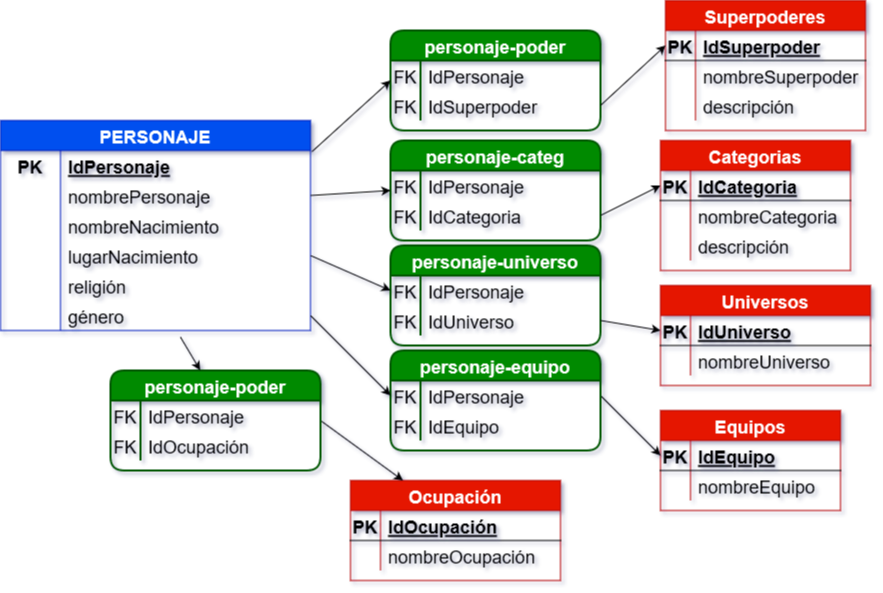
The draw.io diagram Marvel Characters.png in OASdL/Base-de-datos-MARVEL, before a commit. Source tidied: cells renumbered, new cells last; positions are measured from the earlier drawing's top-left corner, leaving out a move shared by most shapes.
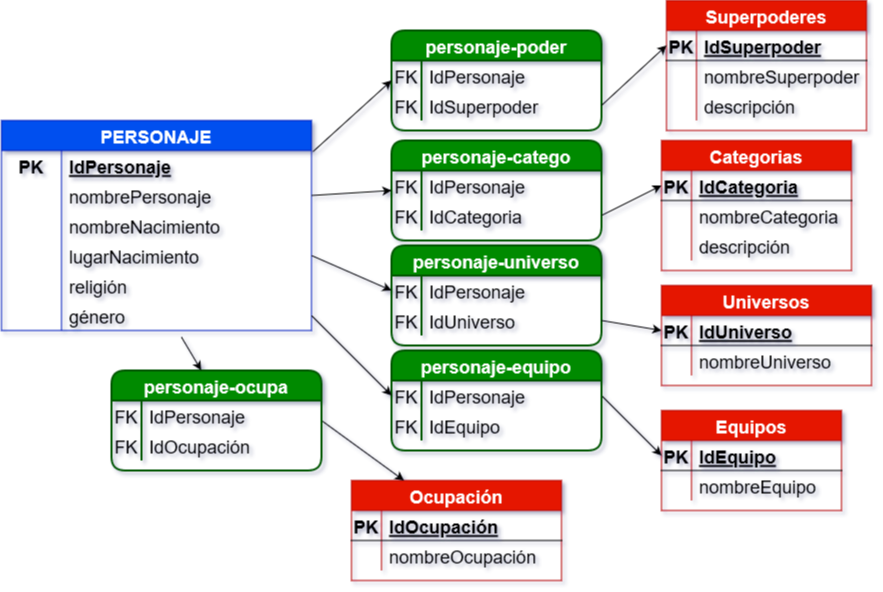
Later version of the same file.

Commit message:
Base de datos relacional (Y corrección del Diagrama entidad-relacion)

What changed in the source:
```diff
@@ -203,7 +203,7 @@
     <mxCell id="68" value="IdSuperpoder" style="shape=partialRectangle;fillColor=none;top=0;left=0;bottom=0;right=0;align=left;spacingLeft=6;overflow=hidden;rounded=1;strokeColor=#000000;strokeWidth=2;fontSize=18;" parent="66" vertex="1">
       <mxGeometry x="30" width="180" height="30" as="geometry" />
     </mxCell>
-    <mxCell id="69" value="personaje-categ" style="shape=table;startSize=30;rowLines=0;fontStyle=1;align=center;rounded=1;strokeColor=#005700;strokeWidth=2;fontSize=18;fillColor=#008a00;fontColor=#ffffff;" parent="1" vertex="1">
+    <mxCell id="69" value="personaje-catego" style="shape=table;startSize=30;rowLines=0;fontStyle=1;align=center;rounded=1;strokeColor=#005700;strokeWidth=2;fontSize=18;fillColor=#008a00;fontColor=#ffffff;" parent="1" vertex="1">
       <mxGeometry x="390" y="140" width="210" height="100" as="geometry" />
     </mxCell>
     <mxCell id="70" style="shape=tableRow;horizontal=0;startSize=0;swimlaneHead=0;swimlaneBody=0;fillColor=none;top=0;left=0;right=0;bottom=0;rounded=1;strokeColor=#000000;strokeWidth=2;fontSize=18;" parent="69" vertex="1">
@@ -272,7 +272,7 @@
     <mxCell id="91" style="edgeStyle=none;rounded=0;jettySize=auto;html=1;exitX=1;exitY=0.5;exitDx=0;exitDy=0;entryX=0.25;entryY=0;entryDx=0;entryDy=0;fontSize=18;" parent="1" edge="1" source="92" target="2">
       <mxGeometry relative="1" as="geometry" />
     </mxCell>
-    <mxCell id="92" value="personaje-poder" style="shape=table;startSize=30;rowLines=0;fontStyle=1;align=center;rounded=1;strokeColor=#005700;strokeWidth=2;fontSize=18;fillColor=#008a00;fontColor=#ffffff;" parent="1" vertex="1">
+    <mxCell id="92" value="personaje-ocupa" style="shape=table;startSize=30;rowLines=0;fontStyle=1;align=center;rounded=1;strokeColor=#005700;strokeWidth=2;fontSize=18;fillColor=#008a00;fontColor=#ffffff;" parent="1" vertex="1">
       <mxGeometry x="110" y="370" width="210" height="100" as="geometry" />
     </mxCell>
     <mxCell id="93" style="shape=tableRow;horizontal=0;startSize=0;swimlaneHead=0;swimlaneBody=0;fillColor=none;top=0;left=0;right=0;bottom=0;rounded=1;strokeColor=#000000;strokeWidth=2;fontSize=18;" parent="92" vertex="1">
```
